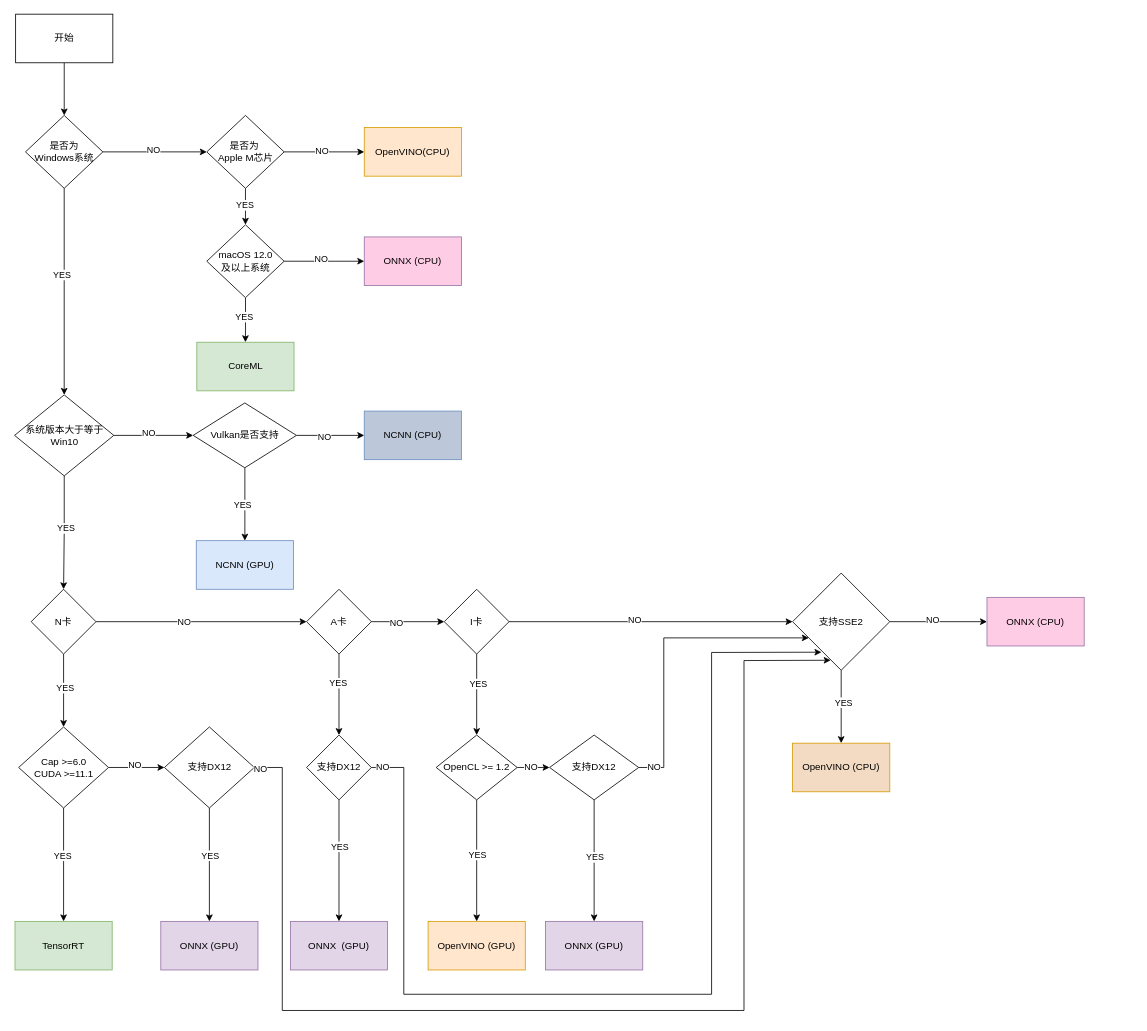
Earlier version of the draw.io diagram uml.drawio (macfanr/drawio). Source tidied: cells renumbered, new cells numbered last; positions are measured from the earlier drawing's top-left corner, leaving out a move shared by most shapes. Both pictures are drawn from the tidied source at 81%, with x=0, y=0 at pixel (15, 14).
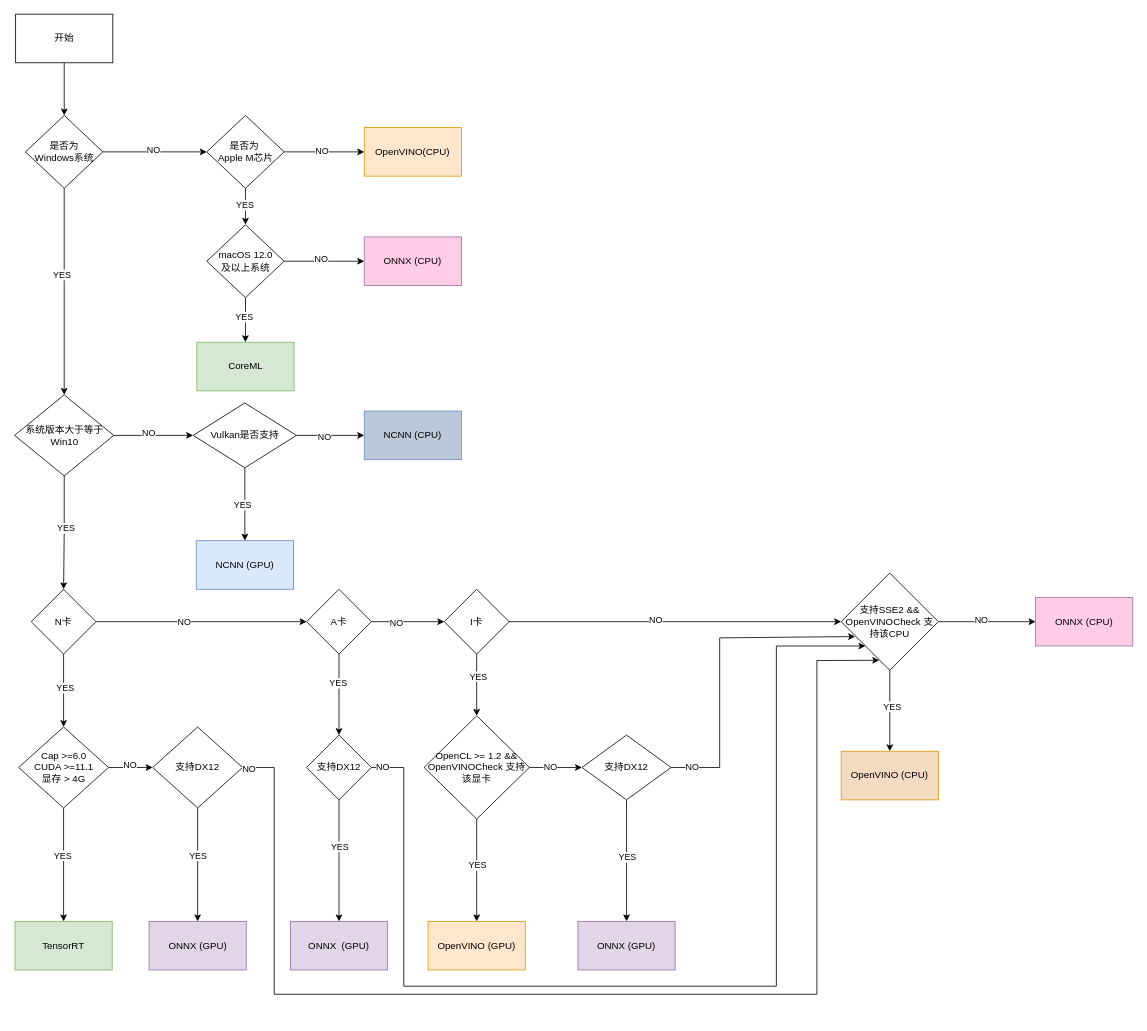
The same diagram, later.

Unchanged cells that the change refers to:
```xml
<mxCell id="43" value="支持DX12" style="rhombus;whiteSpace=wrap;html=1;" parent="1" vertex="1">
  <mxGeometry x="360" y="890" width="80" height="80" as="geometry" />
</mxCell>
```

Change to the diagram source:
```diff
@@
-    <mxCell id="28" value="支持SSE2" style="rhombus;whiteSpace=wrap;html=1;" parent="1" vertex="1">
-      <mxGeometry x="960" y="690" width="120" height="120" as="geometry" />
+    <mxCell id="28" value="支持SSE2 &amp;amp;&amp;amp; OpenVINOCheck 支持该CPU" style="rhombus;whiteSpace=wrap;html=1;" parent="1" vertex="1">
+      <mxGeometry x="1020" y="690" width="120" height="120" as="geometry" />
     </mxCell>
     <mxCell id="29" value="OpenVINO (CPU)" style="whiteSpace=wrap;html=1;fillColor=#F2DBC2;strokeColor=#d79b00;" parent="1" vertex="1">
-      <mxGeometry x="960" y="900" width="120" height="60" as="geometry" />
+      <mxGeometry x="1020" y="910" width="120" height="60" as="geometry" />
     </mxCell>
     <mxCell id="30" value="ONNX (CPU)" style="whiteSpace=wrap;html=1;fillColor=#FFCCE6;strokeColor=#9673a6;" parent="1" vertex="1">
-      <mxGeometry x="1200" y="720" width="120" height="60" as="geometry" />
+      <mxGeometry x="1260" y="720" width="120" height="60" as="geometry" />
     </mxCell>
@@
-    <mxCell id="35" value="Cap &amp;gt;=6.0&lt;br&gt;CUDA &amp;gt;=11.1" style="rhombus;whiteSpace=wrap;html=1;" parent="1" vertex="1">
+    <mxCell id="35" value="Cap &amp;gt;=6.0&lt;br&gt;CUDA &amp;gt;=11.1&lt;div&gt;显存 &amp;gt; 4G&lt;/div&gt;" style="rhombus;whiteSpace=wrap;html=1;" parent="1" vertex="1">
       <mxGeometry x="4.5" y="880" width="111" height="100" as="geometry" />
     </mxCell>
@@
     <mxCell id="38" value="支持DX12" style="rhombus;whiteSpace=wrap;html=1;" parent="1" vertex="1">
-      <mxGeometry x="184.5" y="880" width="111" height="100" as="geometry" />
+      <mxGeometry x="170" y="880" width="111" height="100" as="geometry" />
     </mxCell>
@@
     <mxCell id="40" value="ONNX (GPU)" style="whiteSpace=wrap;html=1;fillColor=#e1d5e7;strokeColor=#9673a6;" parent="1" vertex="1">
-      <mxGeometry x="180" y="1120" width="120" height="60" as="geometry" />
+      <mxGeometry x="165.5" y="1120" width="120" height="60" as="geometry" />
     </mxCell>
@@
-    <mxCell id="49" style="edgeStyle=orthogonalEdgeStyle;rounded=0;jettySize=auto;html=1;" parent="1" edge="1" source="51" target="28">
-      <mxGeometry relative="1" as="geometry">
-        <Array as="points">
-          <mxPoint x="801" y="930" />
-          <mxPoint x="801" y="770" />
-        </Array>
-      </mxGeometry>
-    </mxCell>
-    <mxCell id="50" value="NO" style="edgeLabel;html=1;align=center;verticalAlign=middle;" parent="49" vertex="1">
-      <mxGeometry x="-0.9" y="1" relative="1" as="geometry" />
-    </mxCell>
     <mxCell id="51" value="支持DX12" style="rhombus;whiteSpace=wrap;html=1;" parent="1" vertex="1">
-      <mxGeometry x="660" y="890" width="110" height="80" as="geometry" />
+      <mxGeometry x="700" y="890" width="110" height="80" as="geometry" />
     </mxCell>
@@
     <mxCell id="55" value="ONNX (GPU)" style="whiteSpace=wrap;html=1;fillColor=#e1d5e7;strokeColor=#9673a6;" parent="1" vertex="1">
-      <mxGeometry x="655" y="1120" width="120" height="60" as="geometry" />
+      <mxGeometry x="695" y="1120" width="120" height="60" as="geometry" />
     </mxCell>
@@
-    <mxCell id="57" value="OpenCL &amp;gt;= 1.2" style="rhombus;whiteSpace=wrap;html=1;" parent="1" vertex="1">
-      <mxGeometry x="520" y="890" width="100" height="80" as="geometry" />
+    <mxCell id="57" value="OpenCL &amp;gt;= 1.2&amp;nbsp;&lt;span style=&quot;background-color: initial;&quot;&gt;&amp;amp;&amp;amp; OpenVINOCheck 支持该显卡&lt;/span&gt;" style="rhombus;whiteSpace=wrap;html=1;" parent="1" vertex="1">
+      <mxGeometry x="505" y="866.2" width="130" height="127.5" as="geometry" />
     </mxCell>
-    <mxCell id="58" style="endArrow=classic;html=1;rounded=0;exitX=1;exitY=0.5;exitDx=0;exitDy=0;entryX=0.297;entryY=0.814;entryDx=0;entryDy=0;entryPerimeter=0;" parent="1" edge="1" source="43" target="28">
+    <mxCell id="58" style="endArrow=classic;html=1;rounded=0;exitX=1;exitY=0.5;exitDx=0;exitDy=0;entryX=0;entryY=1;entryDx=0;entryDy=0;" parent="1" edge="1" source="43" target="28">
       <mxGeometry relative="1" as="geometry">
         <Array as="points">
           <mxPoint x="480" y="930" />
-          <mxPoint x="480" y="1210" />
-          <mxPoint x="860" y="1210" />
-          <mxPoint x="860" y="788" />
+          <mxPoint x="480" y="1200" />
+          <mxPoint x="940" y="1200" />
+          <mxPoint x="940" y="780" />
         </Array>
       </mxGeometry>
     </mxCell>
@@
     <mxCell id="67" style="endArrow=classic;html=1;rounded=0;exitX=1;exitY=0.5;exitDx=0;exitDy=0;entryX=0.392;entryY=0.897;entryDx=0;entryDy=0;entryPerimeter=0;" parent="1" edge="1" source="38" target="28">
       <mxGeometry relative="1" as="geometry">
         <Array as="points">
-          <mxPoint x="330" y="930" />
-          <mxPoint x="330" y="1230" />
-          <mxPoint x="900" y="1230" />
-          <mxPoint x="900" y="798" />
+          <mxPoint x="320" y="930" />
+          <mxPoint x="320" y="1210" />
+          <mxPoint x="990" y="1210" />
+          <mxPoint x="990" y="798" />
         </Array>
       </mxGeometry>
     </mxCell>
@@
+    <mxCell id="49" style="endArrow=classic;html=1;rounded=0;exitX=1;exitY=0.5;exitDx=0;exitDy=0;entryX=0.144;entryY=0.653;entryDx=0;entryDy=0;entryPerimeter=0;" parent="1" edge="1" source="51" target="28">
+      <mxGeometry relative="1" as="geometry">
+        <Array as="points">
+          <mxPoint x="870" y="930" />
+          <mxPoint x="870" y="770" />
+        </Array>
+      </mxGeometry>
+    </mxCell>
+    <mxCell id="50" value="NO" style="edgeLabel;html=1;align=center;verticalAlign=middle;" parent="49" vertex="1">
+      <mxGeometry x="-0.87" y="2" relative="1" as="geometry" />
+    </mxCell>
```
